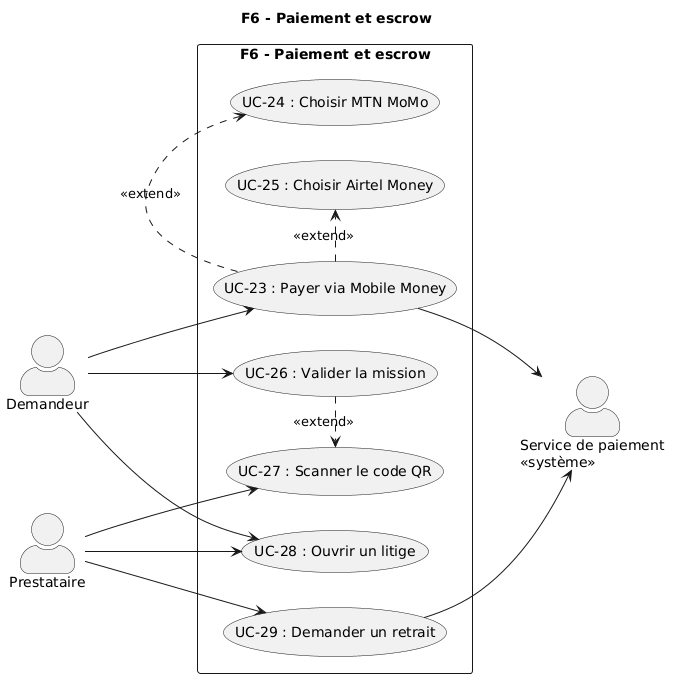
This is images/diagramme_cu_p6.png from KazeHolloway/Projet_LaTex, a PlantUML export, as it was before one commit. Source of this version:
```plantuml
@startuml
title F6 - Paiement et escrow

left to right direction
skinparam actorStyle awesome

actor "Demandeur" as demandeur
actor "Prestataire" as prestataire
actor "Service de paiement\n<<système>>" as svcPaiement

rectangle "F6 - Paiement et escrow" {
  usecase "UC-23 : Payer via Mobile Money" as UC23
  usecase "UC-24 : Choisir MTN MoMo" as UC24
  usecase "UC-25 : Choisir Airtel Money" as UC25
  usecase "UC-26 : Valider la mission" as UC26
  usecase "UC-27 : Scanner le code QR" as UC27
  usecase "UC-28 : Ouvrir un litige" as UC28
  usecase "UC-29 : Demander un retrait" as UC29
}

UC23 .> UC24 : <<extend>>
UC23 .> UC25 : <<extend>>
UC26 .> UC27 : <<extend>>

demandeur --> UC23
demandeur --> UC26
demandeur --> UC28

prestataire --> UC27
prestataire --> UC28
prestataire --> UC29

UC23 --> svcPaiement
UC29 --> svcPaiement
@enduml
```
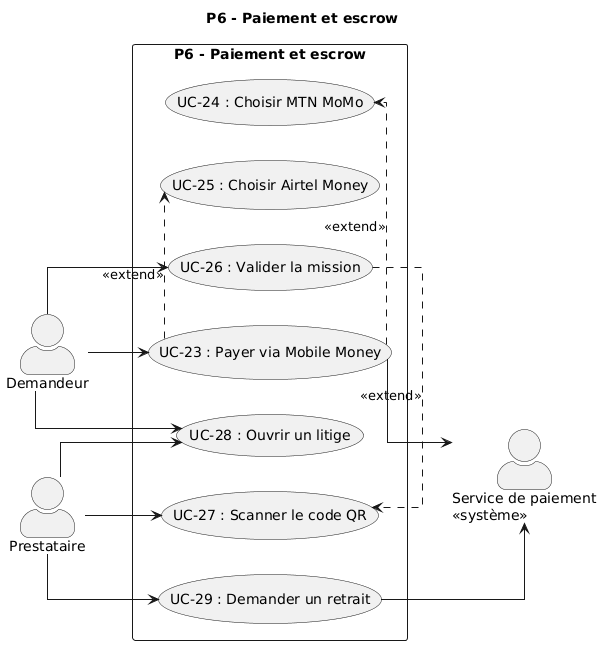
Above is the later version.

Commit message:
PreÃÃmière correction des diagramme de cas d'utilisation

The edit, as a diff of the source:
```diff
@@ -1,14 +1,15 @@
 @startuml
-title F6 - Paiement et escrow
+title P6 - Paiement et escrow
 
 left to right direction
 skinparam actorStyle awesome
+skinparam linetype ortho
 
 actor "Demandeur" as demandeur
 actor "Prestataire" as prestataire
 actor "Service de paiement\n<<système>>" as svcPaiement
 
-rectangle "F6 - Paiement et escrow" {
+rectangle "P6 - Paiement et escrow" {
   usecase "UC-23 : Payer via Mobile Money" as UC23
   usecase "UC-24 : Choisir MTN MoMo" as UC24
   usecase "UC-25 : Choisir Airtel Money" as UC25
```
